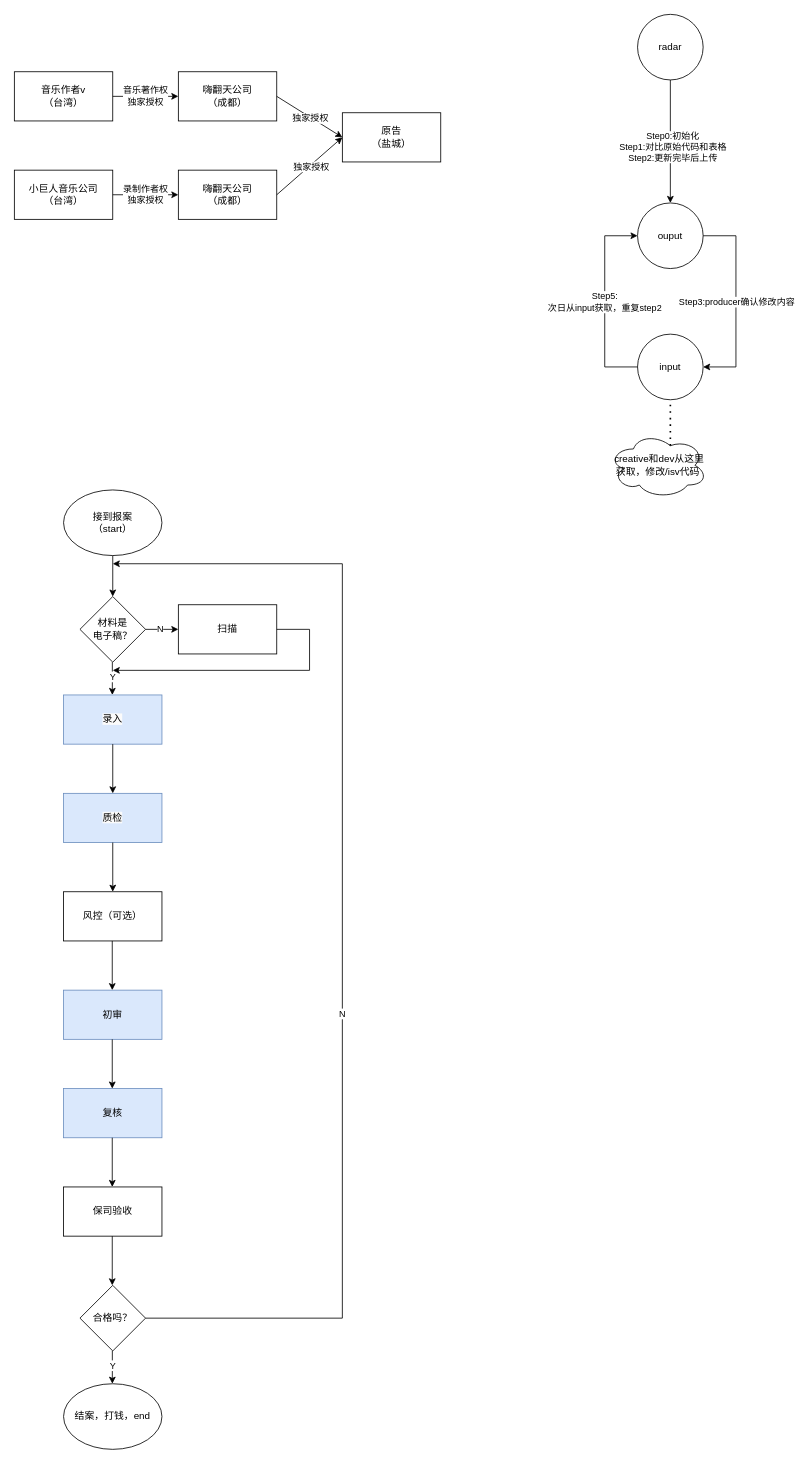
Before: page "商法流程" (7 of 8) of js/strategyrTree.drawio in feiaaa/a-python-proj-crawler, a draw.io diagram. Source tidied: cells renumbered, new cells numbered last; positions are measured from the earlier drawing's top-left corner, leaving out a move shared by most shapes. Both pictures are drawn from the tidied source at 82%, with x=0, y=0 at pixel (14, 14).
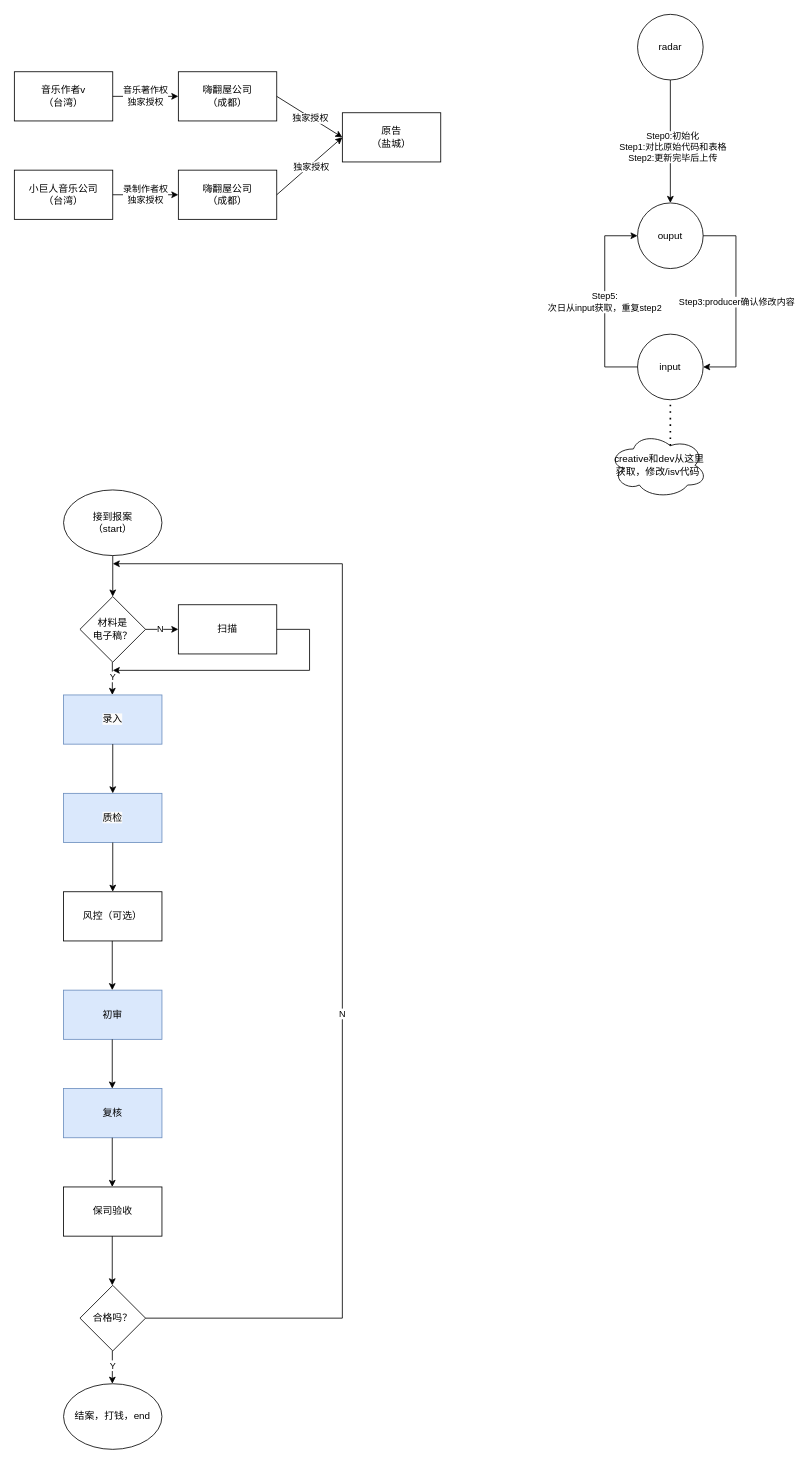
The same page after the edit.

Change to the diagram source:
```diff
@@
-    <mxCell id="45" value="嗨翻天公司&lt;div&gt;（成都）&lt;/div&gt;" style="rounded=0;whiteSpace=wrap;html=1;" parent="1" vertex="1">
+    <mxCell id="45" value="嗨翻屋公司&lt;div&gt;（成都）&lt;/div&gt;" style="rounded=0;whiteSpace=wrap;html=1;" parent="1" vertex="1">
       <mxGeometry x="200" y="70" width="120" height="60" as="geometry" />
     </mxCell>
@@
-    <mxCell id="48" value="嗨翻天公司&lt;div&gt;（成都）&lt;/div&gt;" style="rounded=0;whiteSpace=wrap;html=1;" parent="1" vertex="1">
+    <mxCell id="48" value="嗨翻屋公司&lt;div&gt;（成都）&lt;/div&gt;" style="rounded=0;whiteSpace=wrap;html=1;" parent="1" vertex="1">
       <mxGeometry x="200" y="190" width="120" height="60" as="geometry" />
     </mxCell>
```
